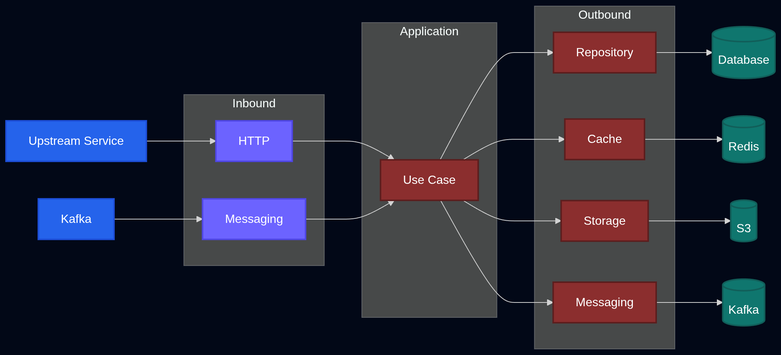
Before: architecture.png, a diagram exported from Mermaid (Hidayathamir/golang-clean-architecture). Its source is kept beside it as architecture.mermaid. The source it was exported from:
```mermaid
flowchart LR

US[Upstream Service]
KF[Kafka]

subgraph INBOUND["Inbound"]
    HTTP[HTTP]
    MSGIN[Messaging]
end

subgraph APPLICATION["Application"]
    UC[Use Case]
end

subgraph OUTBOUND["Outbound"]
    REPO[Repository]
    CACHE[Cache]
    STORE[Storage]
    MSGOUT[Messaging]
end

DB[(Database)]
REDIS[(Redis)]
S3[(S3)]
KP[(Kafka)]

US --> HTTP
KF --> MSGIN

HTTP --> UC
MSGIN --> UC

UC --> REPO
UC --> CACHE
UC --> STORE
UC --> MSGOUT

REPO --> DB
CACHE --> REDIS
STORE --> S3
MSGOUT --> KP

classDef Inbound fill:#6C63FF,stroke:#4F46E5,color:#fff,stroke-width:2px;
classDef app fill:#8B2E2E,stroke:#5C1D1D,color:#fff,stroke-width:2px;
classDef OUTBOUND fill:#8B2E2E,stroke:#5C1D1D,color:#fff,stroke-width:2px;
classDef external fill:#2563EB,stroke:#1D4ED8,color:#fff,stroke-width:2px;
classDef storage fill:#0F766E,stroke:#115E59,color:#fff,stroke-width:2px;

class HTTP,MSGIN Inbound;
class UC,REPO,CACHE,STORE,MSGOUT app;
class US,KF,SCH,KP external;
class DB,REDIS,S3,KP storage;
```
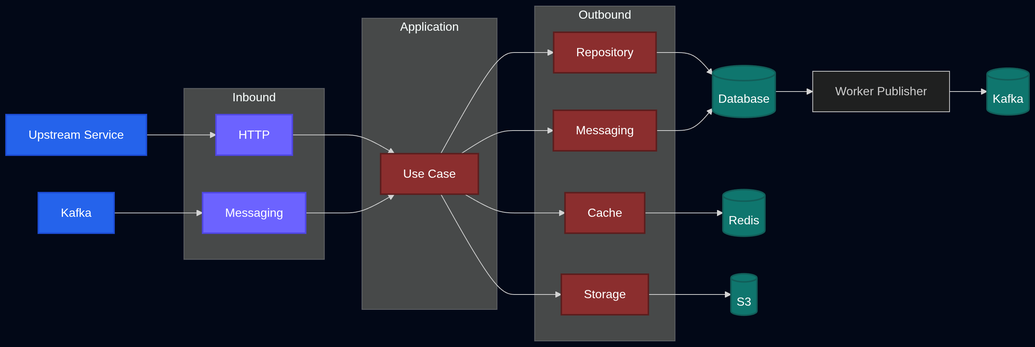
Later version of the same file.

Change to the diagram source:
```diff
@@ -19,6 +19,8 @@
     MSGOUT[Messaging]
 end
 
+WP[Worker Publisher]
+
 DB[(Database)]
 REDIS[(Redis)]
 S3[(S3)]
@@ -38,7 +40,10 @@
 REPO --> DB
 CACHE --> REDIS
 STORE --> S3
-MSGOUT --> KP
+MSGOUT --> DB
+
+DB --> WP
+WP --> KP
 
 classDef Inbound fill:#6C63FF,stroke:#4F46E5,color:#fff,stroke-width:2px;
 classDef app fill:#8B2E2E,stroke:#5C1D1D,color:#fff,stroke-width:2px;
```
